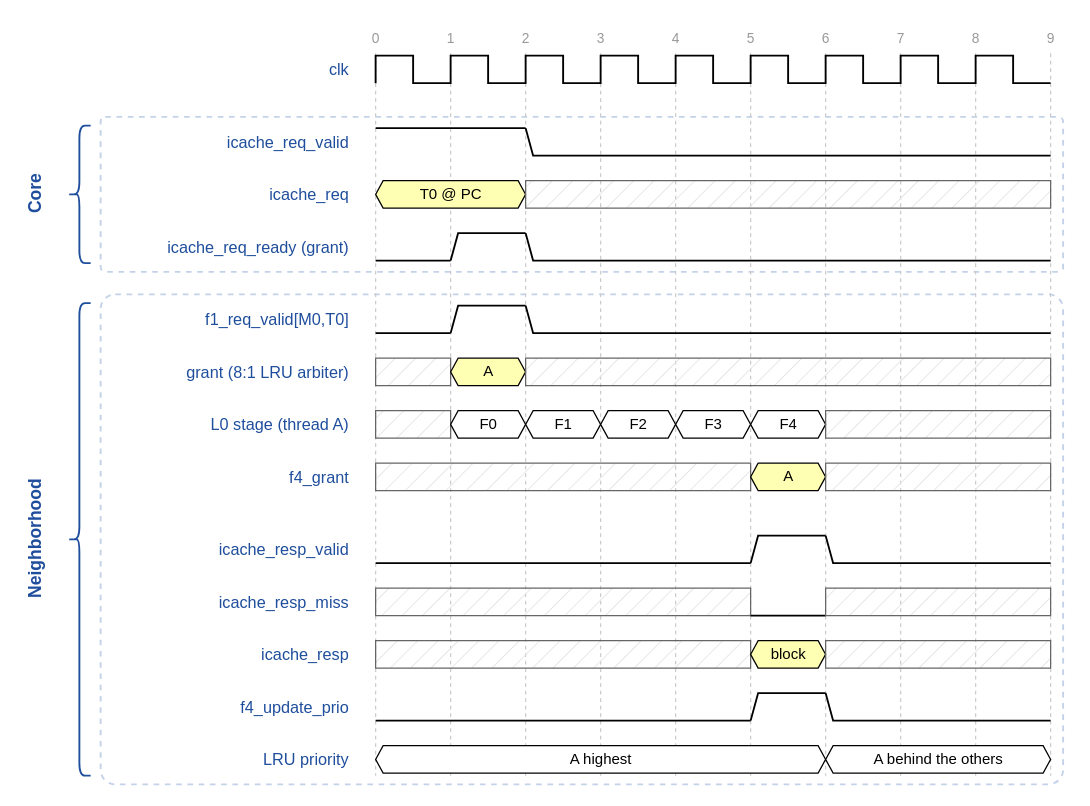
The draw.io diagram docs/uarch_spec/images/ch03/src/td-l0-hit.drawio in 10x-Engineers/core-et, before the edit. Source tidied: cells renumbered, new cells numbered last; positions are measured from the earlier drawing's top-left corner, leaving out a move shared by most shapes. Both pictures are drawn from the tidied source at 125%, with x=0, y=0 at pixel (-201, 21).
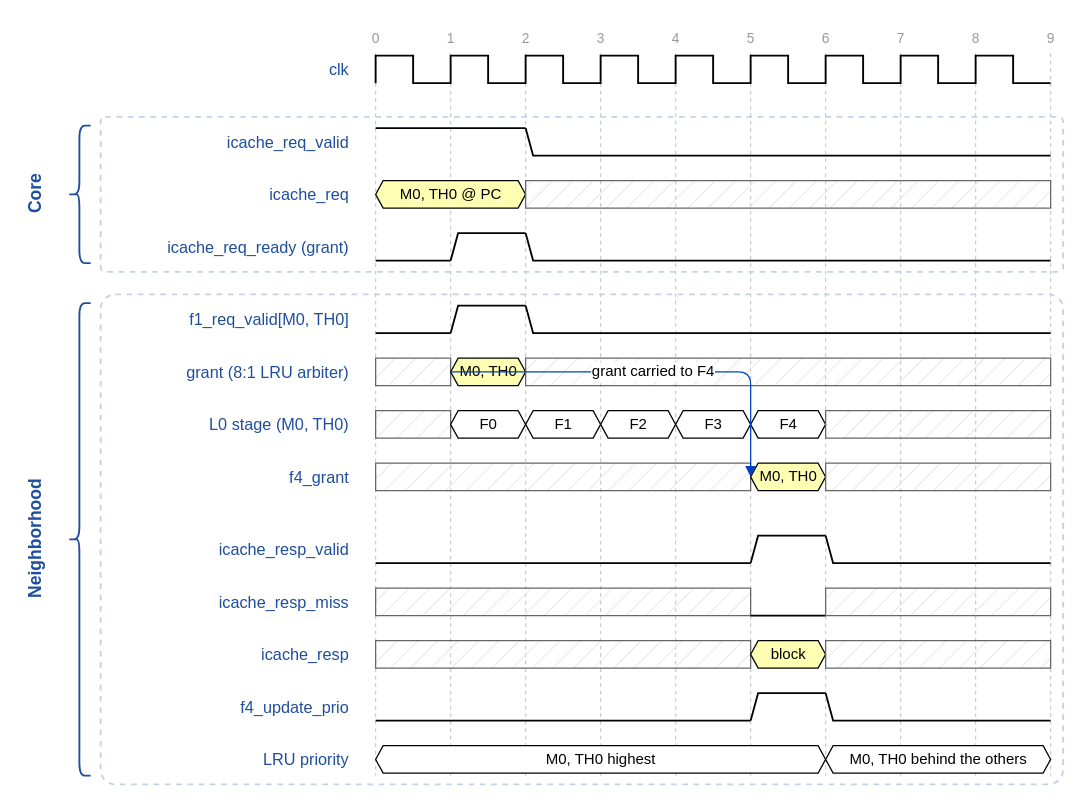
Above is the later version.

What changed in the source:
```diff
@@
-    <mxCell id="34" value="T0 @ PC" style="shape=hexagon;perimeter=hexagonPerimeter2;size=6;fixedSize=1;html=1;fontSize=12;fillColor=#ffffb4;strokeColor=#000000;" parent="1" vertex="1">
+    <mxCell id="34" value="M0, TH0 @ PC" style="shape=hexagon;perimeter=hexagonPerimeter2;size=6;fixedSize=1;html=1;fontSize=12;fillColor=#ffffb4;strokeColor=#000000;" parent="1" vertex="1">
       <mxGeometry x="461" y="127" width="120" height="22" as="geometry" />
     </mxCell>
@@
-    <mxCell id="40" value="f1_req_valid[M0,T0]" style="text;html=1;align=right;verticalAlign=middle;fontSize=13;fontColor=#1f4e9c;" parent="1" vertex="1">
+    <mxCell id="40" value="f1_req_valid[M0, TH0]" style="text;html=1;align=right;verticalAlign=middle;fontSize=13;fontColor=#1f4e9c;" parent="1" vertex="1">
       <mxGeometry x="251" y="225" width="190" height="26" as="geometry" />
     </mxCell>
@@
-    <mxCell id="46" value="A" style="shape=hexagon;perimeter=hexagonPerimeter2;size=6;fixedSize=1;html=1;fontSize=12;fillColor=#ffffb4;strokeColor=#000000;" parent="1" vertex="1">
+    <mxCell id="46" value="M0, TH0" style="shape=hexagon;perimeter=hexagonPerimeter2;size=6;fixedSize=1;html=1;fontSize=12;fillColor=#ffffb4;strokeColor=#000000;" parent="1" vertex="1">
       <mxGeometry x="521" y="269" width="60" height="22" as="geometry" />
     </mxCell>
@@
-    <mxCell id="48" value="L0 stage (thread A)" style="text;html=1;align=right;verticalAlign=middle;fontSize=13;fontColor=#1f4e9c;" parent="1" vertex="1">
+    <mxCell id="48" value="L0 stage (M0, TH0)" style="text;html=1;align=right;verticalAlign=middle;fontSize=13;fontColor=#1f4e9c;" parent="1" vertex="1">
       <mxGeometry x="251" y="309" width="190" height="26" as="geometry" />
     </mxCell>
@@
-    <mxCell id="58" value="A" style="shape=hexagon;perimeter=hexagonPerimeter2;size=6;fixedSize=1;html=1;fontSize=12;fillColor=#ffffb4;strokeColor=#000000;" parent="1" vertex="1">
+    <mxCell id="58" value="M0, TH0" style="shape=hexagon;perimeter=hexagonPerimeter2;size=6;fixedSize=1;html=1;fontSize=12;fillColor=#ffffb4;strokeColor=#000000;" parent="1" vertex="1">
       <mxGeometry x="761" y="353" width="60" height="22" as="geometry" />
     </mxCell>
@@
-    <mxCell id="77" value="A highest" style="shape=hexagon;perimeter=hexagonPerimeter2;size=6;fixedSize=1;html=1;fontSize=12;fillColor=#ffffff;strokeColor=#000000;" parent="1" vertex="1">
+    <mxCell id="77" value="M0, TH0 highest" style="shape=hexagon;perimeter=hexagonPerimeter2;size=6;fixedSize=1;html=1;fontSize=12;fillColor=#ffffff;strokeColor=#000000;" parent="1" vertex="1">
       <mxGeometry x="461" y="579" width="360" height="22" as="geometry" />
     </mxCell>
-    <mxCell id="78" value="A behind the others" style="shape=hexagon;perimeter=hexagonPerimeter2;size=6;fixedSize=1;html=1;fontSize=12;fillColor=#ffffff;strokeColor=#000000;" parent="1" vertex="1">
+    <mxCell id="78" value="M0, TH0 behind the others" style="shape=hexagon;perimeter=hexagonPerimeter2;size=6;fixedSize=1;html=1;fontSize=12;fillColor=#ffffff;strokeColor=#000000;" parent="1" vertex="1">
       <mxGeometry x="821" y="579" width="180" height="22" as="geometry" />
     </mxCell>
+    <mxCell id="79" value="grant carried to F4" style="html=1;endArrow=block;endFill=1;strokeColor=#0041c4;fontSize=12;labelBackgroundColor=#ffffff;" parent="1" edge="1">
+      <mxGeometry relative="1" as="geometry">
+        <mxPoint x="521" y="280" as="sourcePoint" />
+        <mxPoint x="761" y="364" as="targetPoint" />
+        <Array as="points">
+          <mxPoint x="761" y="280" />
+        </Array>
+      </mxGeometry>
+    </mxCell>
```
